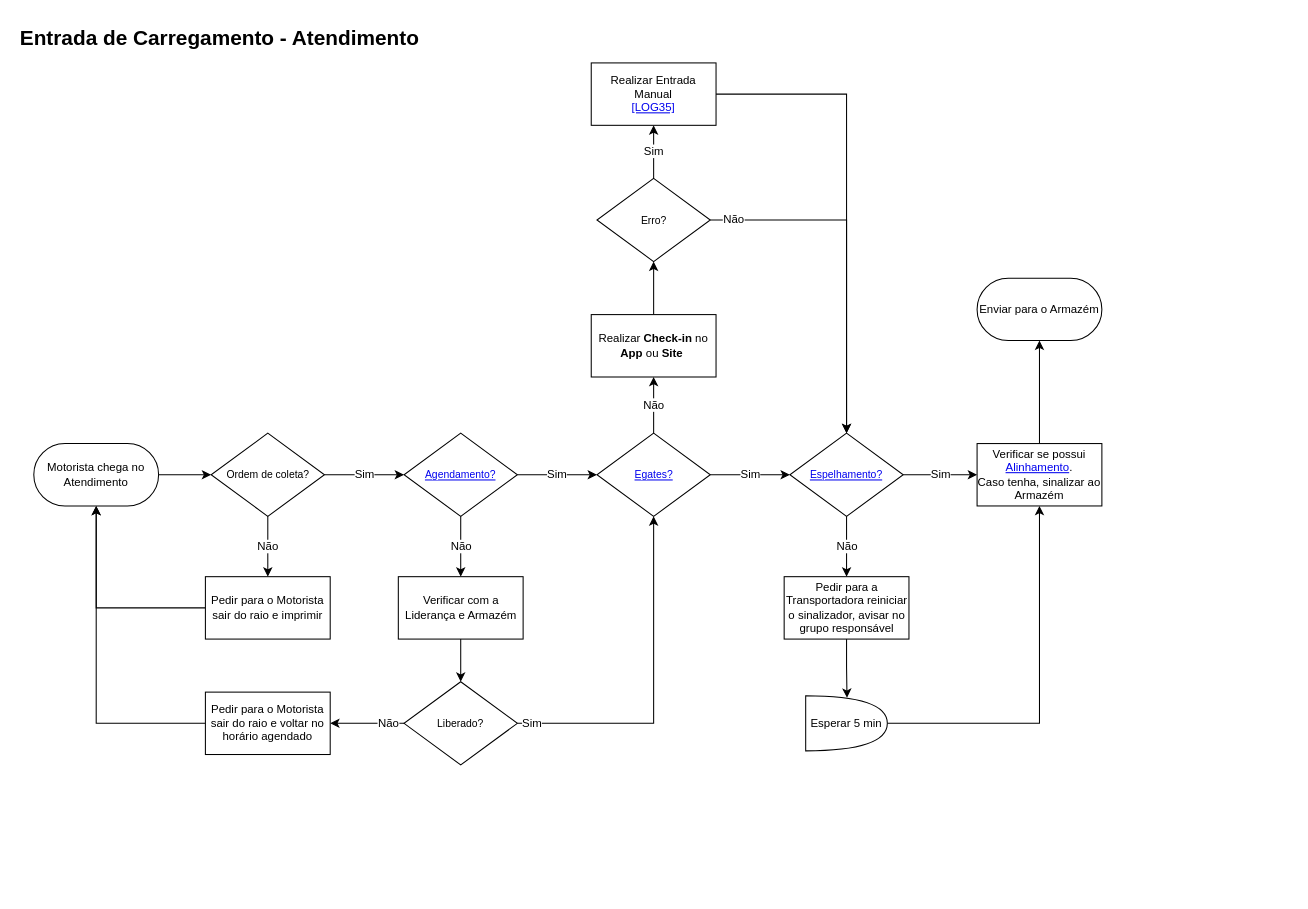
Earlier version of the draw.io diagram Carregamento.drawio (VictorAlvesMatias/fluxogramas). Source tidied: cells renumbered, new cells numbered last; positions are measured from the earlier drawing's top-left corner, leaving out a move shared by most shapes. Both pictures are drawn from the tidied source at 104%, with x=0, y=0 at pixel (18, 18).
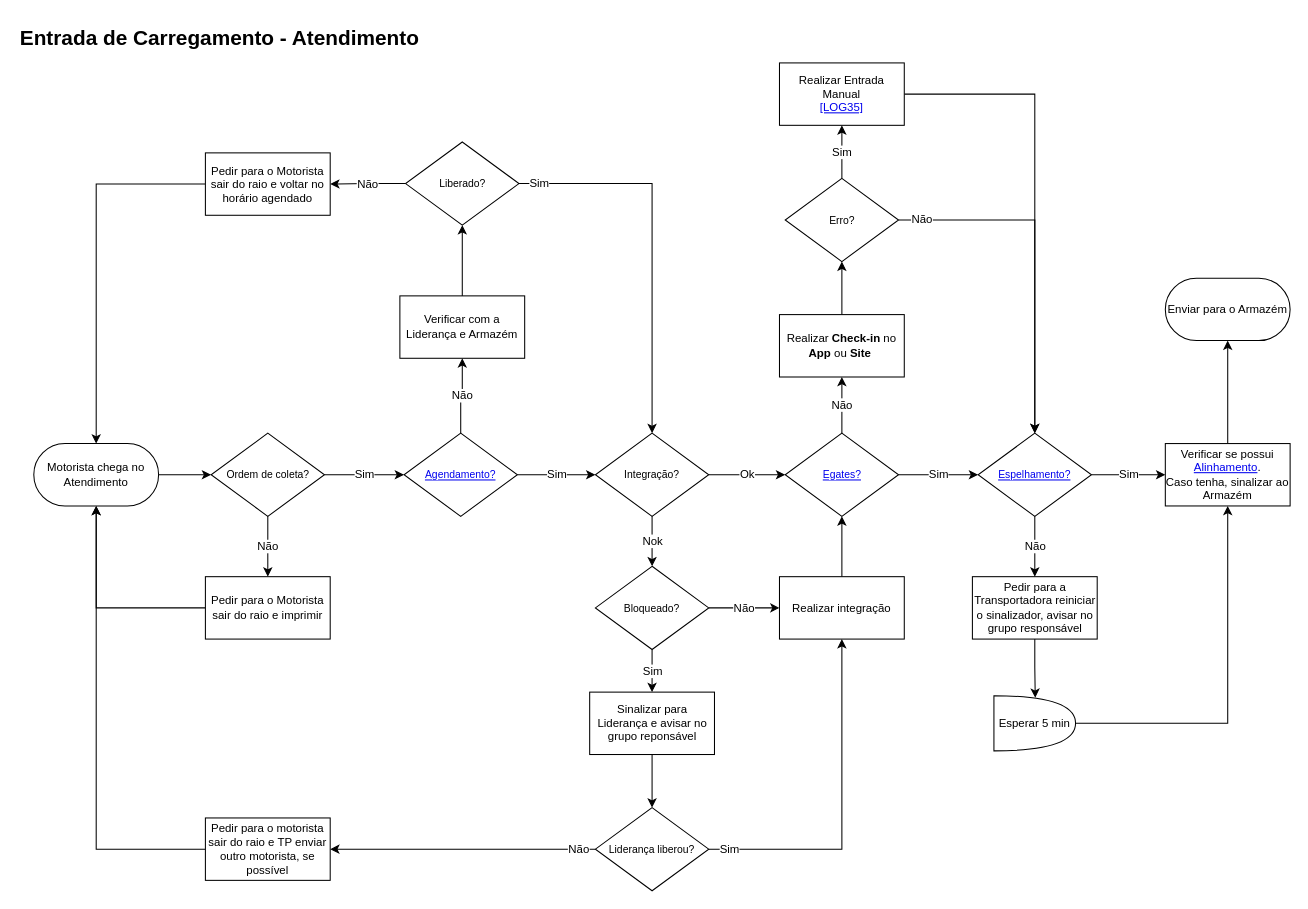
The same page after the edit.

Unchanged cells that the change refers to:
```xml
<mxCell id="5" value="Motorista chega no Atendimento" style="rounded=1;whiteSpace=wrap;html=1;arcSize=50;fontSize=11;" parent="2" vertex="1">
  <mxGeometry x="15" y="409" width="120" height="60" as="geometry" />
</mxCell>
<mxCell id="13" value="&lt;a href=&quot;https://trackandtrace.com.br/core/monitoring/schedule&quot;&gt;Agendamento?&lt;/a&gt;" style="rhombus;whiteSpace=wrap;html=1;fontSize=10;" parent="2" vertex="1">
  <mxGeometry x="371" y="399" width="109" height="80" as="geometry" />
</mxCell>
```

What changed in the source:
```diff
@@
     <mxCell id="2" style="group;strokeWidth=0;" parent="1" vertex="1">
-      <mxGeometry width="1045" height="774" as="geometry" />
+      <mxGeometry width="1045" height="813" as="geometry" />
     </mxCell>
@@
-    <mxCell id="12" value="Não" style="edgeStyle=orthogonalEdgeStyle;rounded=0;jettySize=auto;html=1;entryX=0.5;entryY=0;entryDx=0;entryDy=0;strokeColor=default;align=center;verticalAlign=middle;fontFamily=Helvetica;fontSize=11;fontColor=default;labelBackgroundColor=default;endArrow=classic;" parent="2" edge="1" source="13" target="32">
+    <mxCell id="12" value="Não" style="edgeStyle=orthogonalEdgeStyle;rounded=0;jettySize=auto;html=1;entryX=0.5;entryY=1;entryDx=0;entryDy=0;strokeColor=default;align=center;verticalAlign=middle;fontFamily=Helvetica;fontSize=11;fontColor=default;labelBackgroundColor=default;endArrow=classic;" parent="2" edge="1" source="13" target="32">
       <mxGeometry relative="1" as="geometry" />
     </mxCell>
@@
-    <mxCell id="14" value="Sim" style="edgeStyle=orthogonalEdgeStyle;rounded=0;jettySize=auto;html=1;entryX=0;entryY=0.5;entryDx=0;entryDy=0;strokeColor=#000000;exitX=1;exitY=0.5;exitDx=0;exitDy=0;" parent="2" edge="1" source="13">
-      <mxGeometry relative="1" as="geometry">
-        <mxPoint x="556.5" y="439" as="targetPoint" />
-      </mxGeometry>
+    <mxCell id="14" value="Sim" style="edgeStyle=orthogonalEdgeStyle;rounded=0;jettySize=auto;html=1;entryX=0;entryY=0.5;entryDx=0;entryDy=0;strokeColor=#000000;exitX=1;exitY=0.5;exitDx=0;exitDy=0;" parent="2" edge="1" source="13" target="47">
+      <mxGeometry relative="1" as="geometry" />
     </mxCell>
     <mxCell id="15" value="&lt;a href=&quot;https://egates.ambev.com.br/Movimentacoes/atendimentoEgates&quot;&gt;Egates?&lt;/a&gt;" style="rhombus;whiteSpace=wrap;html=1;fontSize=10;" parent="2" vertex="1">
-      <mxGeometry x="556.5" y="399" width="109" height="80" as="geometry" />
+      <mxGeometry x="737.5" y="399" width="109" height="80" as="geometry" />
     </mxCell>
@@
     <mxCell id="17" value="Realizar &lt;b&gt;Check-in&lt;/b&gt; no &lt;b&gt;App&lt;/b&gt; ou&amp;nbsp;&lt;b&gt;Site&amp;nbsp;&lt;/b&gt;" style="rounded=0;whiteSpace=wrap;html=1;fontSize=11;" parent="2" vertex="1">
-      <mxGeometry x="551" y="285" width="120" height="60" as="geometry" />
+      <mxGeometry x="732" y="285" width="120" height="60" as="geometry" />
     </mxCell>
@@
     <mxCell id="19" value="Sim" style="edgeStyle=orthogonalEdgeStyle;rounded=0;jettySize=auto;html=1;entryX=0;entryY=0.5;entryDx=0;entryDy=0;strokeColor=#000000;exitX=1;exitY=0.5;exitDx=0;exitDy=0;" parent="2" edge="1" source="15">
       <mxGeometry relative="1" as="geometry">
-        <mxPoint x="742" y="439" as="targetPoint" />
+        <mxPoint x="923" y="439" as="targetPoint" />
       </mxGeometry>
     </mxCell>
@@
     <mxCell id="21" value="&lt;a href=&quot;https://trackandtrace.com.br/core/monitoring/panel&quot;&gt;Espelhamento?&lt;/a&gt;" style="rhombus;whiteSpace=wrap;html=1;fontSize=10;" parent="2" vertex="1">
-      <mxGeometry x="742" y="399" width="109" height="80" as="geometry" />
+      <mxGeometry x="923" y="399" width="109" height="80" as="geometry" />
     </mxCell>
     <mxCell id="22" style="edgeStyle=orthogonalEdgeStyle;rounded=0;jettySize=auto;html=1;strokeColor=default;align=center;verticalAlign=middle;fontFamily=Helvetica;fontSize=11;fontColor=default;labelBackgroundColor=default;endArrow=classic;exitX=0.5;exitY=1;exitDx=0;exitDy=0;entryX=0.506;entryY=0.037;entryDx=0;entryDy=0;entryPerimeter=0;" parent="2" edge="1" source="23" target="41">
       <mxGeometry relative="1" as="geometry">
         <Array as="points">
-          <mxPoint x="796" y="624" />
-          <mxPoint x="797" y="624" />
+          <mxPoint x="977" y="624" />
+          <mxPoint x="978" y="624" />
         </Array>
       </mxGeometry>
     </mxCell>
     <mxCell id="23" value="Pedir para a Transportadora reiniciar o sinalizador, avisar no grupo responsável" style="rounded=0;whiteSpace=wrap;html=1;fontSize=11;" parent="2" vertex="1">
-      <mxGeometry x="736.5" y="537" width="120" height="60" as="geometry" />
+      <mxGeometry x="917.5" y="537" width="120" height="60" as="geometry" />
     </mxCell>
     <mxCell id="24" value="Não" style="edgeStyle=orthogonalEdgeStyle;rounded=0;jettySize=auto;html=1;entryX=0.5;entryY=0;entryDx=0;entryDy=0;strokeColor=#000000;" parent="2" edge="1" source="21" target="23">
       <mxGeometry relative="1" as="geometry">
         <Array as="points">
-          <mxPoint x="796" y="498" />
-          <mxPoint x="796" y="498" />
+          <mxPoint x="977" y="498" />
+          <mxPoint x="977" y="498" />
         </Array>
       </mxGeometry>
     </mxCell>
-    <mxCell id="25" value="Sim" style="edgeStyle=orthogonalEdgeStyle;rounded=0;jettySize=auto;html=1;" parent="2" edge="1" source="28" target="30">
-      <mxGeometry relative="1" as="geometry" />
+    <mxCell id="25" value="Sim" style="edgeStyle=orthogonalEdgeStyle;rounded=0;jettySize=auto;html=1;" parent="2" edge="1" source="28">
+      <mxGeometry relative="1" as="geometry">
+        <mxPoint x="792" y="103" as="targetPoint" />
+      </mxGeometry>
     </mxCell>
@@
     <mxCell id="28" value="Erro?" style="rhombus;whiteSpace=wrap;html=1;fontSize=10;" parent="2" vertex="1">
-      <mxGeometry x="556.5" y="154" width="109" height="80" as="geometry" />
+      <mxGeometry x="737.5" y="154" width="109" height="80" as="geometry" />
     </mxCell>
-    <mxCell id="29" style="edgeStyle=orthogonalEdgeStyle;rounded=0;jettySize=auto;html=1;entryX=0.5;entryY=0;entryDx=0;entryDy=0;" parent="2" edge="1" source="30" target="21">
+    <mxCell id="29" style="edgeStyle=orthogonalEdgeStyle;rounded=0;jettySize=auto;html=1;entryX=0.5;entryY=0;entryDx=0;entryDy=0;exitX=1;exitY=0.5;exitDx=0;exitDy=0;" parent="2" edge="1" source="30" target="21">
       <mxGeometry relative="1" as="geometry" />
     </mxCell>
     <mxCell id="30" value="Realizar Entrada Manual&lt;br&gt;&lt;a href=&quot;https://www.myworkday.com/abinbev/learning/course/d115937921451001034cfec96b960001?record=7cd7e49422c810011a0aaa4b39510000&amp;amp;type=9882927d138b100019b928e75843018d&quot;&gt;[LOG35]&lt;/a&gt;" style="rounded=0;whiteSpace=wrap;html=1;fontSize=11;" parent="2" vertex="1">
-      <mxGeometry x="551" y="43" width="120" height="60" as="geometry" />
+      <mxGeometry x="732" y="43" width="120" height="60" as="geometry" />
     </mxCell>
-    <mxCell id="31" style="edgeStyle=orthogonalEdgeStyle;rounded=0;jettySize=auto;html=1;entryX=0.5;entryY=0;entryDx=0;entryDy=0;strokeColor=default;align=center;verticalAlign=middle;fontFamily=Helvetica;fontSize=11;fontColor=default;labelBackgroundColor=default;endArrow=classic;" parent="2" edge="1" source="32" target="35">
+    <mxCell id="31" style="edgeStyle=orthogonalEdgeStyle;rounded=0;jettySize=auto;html=1;entryX=0.5;entryY=1;entryDx=0;entryDy=0;strokeColor=default;align=center;verticalAlign=middle;fontFamily=Helvetica;fontSize=11;fontColor=default;labelBackgroundColor=default;endArrow=classic;" parent="2" edge="1" source="32" target="35">
       <mxGeometry relative="1" as="geometry" />
     </mxCell>
     <mxCell id="32" value="Verificar com a Liderança e Armazém" style="rounded=0;whiteSpace=wrap;html=1;fontSize=11;" parent="2" vertex="1">
-      <mxGeometry x="365.5" y="537" width="120" height="60" as="geometry" />
+      <mxGeometry x="367" y="267" width="120" height="60" as="geometry" />
     </mxCell>
-    <mxCell id="33" style="edgeStyle=orthogonalEdgeStyle;rounded=0;jettySize=auto;html=1;entryX=0.5;entryY=1;entryDx=0;entryDy=0;strokeColor=default;align=center;verticalAlign=middle;fontFamily=Helvetica;fontSize=11;fontColor=default;labelBackgroundColor=default;endArrow=classic;exitX=1;exitY=0.5;exitDx=0;exitDy=0;" parent="2" edge="1" source="35" target="15">
+    <mxCell id="33" style="edgeStyle=orthogonalEdgeStyle;rounded=0;jettySize=auto;html=1;strokeColor=default;align=center;verticalAlign=middle;fontFamily=Helvetica;fontSize=11;fontColor=default;labelBackgroundColor=default;endArrow=classic;exitX=1;exitY=0.5;exitDx=0;exitDy=0;" parent="2" edge="1" source="35" target="47">
       <mxGeometry relative="1" as="geometry" />
     </mxCell>
-    <mxCell id="34" style="edgeStyle=orthogonalEdgeStyle;rounded=0;jettySize=auto;html=1;entryX=1;entryY=0.5;entryDx=0;entryDy=0;strokeColor=default;align=center;verticalAlign=middle;fontFamily=Helvetica;fontSize=11;fontColor=default;labelBackgroundColor=default;endArrow=classic;exitX=0;exitY=0.5;exitDx=0;exitDy=0;" parent="2" edge="1" source="35" target="38">
+    <mxCell id="34" value="Não" style="edgeStyle=orthogonalEdgeStyle;rounded=0;jettySize=auto;html=1;entryX=1;entryY=0.5;entryDx=0;entryDy=0;strokeColor=default;align=center;verticalAlign=middle;fontFamily=Helvetica;fontSize=11;fontColor=default;labelBackgroundColor=default;endArrow=classic;exitX=0;exitY=0.5;exitDx=0;exitDy=0;" parent="2" edge="1" source="35" target="38">
       <mxGeometry relative="1" as="geometry" />
     </mxCell>
     <mxCell id="35" value="Liberado?" style="rhombus;whiteSpace=wrap;html=1;fontSize=10;" parent="2" vertex="1">
-      <mxGeometry x="371" y="638" width="109" height="80" as="geometry" />
+      <mxGeometry x="372.5" y="119" width="109" height="80" as="geometry" />
     </mxCell>
     <mxCell id="36" value="Sim" style="text;html=1;align=center;verticalAlign=middle;whiteSpace=wrap;rounded=0;fontFamily=Helvetica;fontSize=11;fontColor=default;labelBackgroundColor=default;" parent="2" vertex="1">
-      <mxGeometry x="484" y="672.5" width="21" height="11" as="geometry" />
+      <mxGeometry x="491" y="153" width="21" height="11" as="geometry" />
     </mxCell>
@@
     <mxCell id="38" value="Pedir para o Motorista sair do raio e voltar no horário agendado" style="rounded=0;whiteSpace=wrap;html=1;fontSize=11;" parent="2" vertex="1">
-      <mxGeometry x="180" y="648" width="120" height="60" as="geometry" />
+      <mxGeometry x="180" y="129.5" width="120" height="60" as="geometry" />
     </mxCell>
-    <mxCell id="39" value="Não" style="text;html=1;align=center;verticalAlign=middle;whiteSpace=wrap;rounded=0;fontFamily=Helvetica;fontSize=11;fontColor=default;labelBackgroundColor=default;" parent="2" vertex="1">
-      <mxGeometry x="346" y="672.5" width="21" height="11" as="geometry" />
-    </mxCell>
@@
     <mxCell id="41" value="Esperar 5 min" style="shape=or;whiteSpace=wrap;html=1;fontFamily=Helvetica;fontSize=11;fontColor=default;labelBackgroundColor=default;" parent="2" vertex="1">
-      <mxGeometry x="757.2" y="651.5" width="78.5" height="53" as="geometry" />
+      <mxGeometry x="938.2" y="651.5" width="78.5" height="53" as="geometry" />
     </mxCell>
@@
     <mxCell id="43" value="Verificar se possui &lt;a href=&quot;https://anheuserbuschinbev-my.sharepoint.com/:x:/r/personal/99821156_ambev_com_br/_layouts/15/doc2.aspx?sourcedoc=%7Bd540b165-c951-422d-8da9-9b79c941bcb3%7D&amp;amp;action=default&quot;&gt;Alinhamento&lt;/a&gt;.&lt;br&gt;Caso tenha, sinalizar ao Armazém" style="rounded=0;whiteSpace=wrap;html=1;fontSize=11;" parent="2" vertex="1">
-      <mxGeometry x="922" y="409" width="120" height="60" as="geometry" />
+      <mxGeometry x="1103" y="409" width="120" height="60" as="geometry" />
     </mxCell>
     <mxCell id="44" value="Enviar para o Armazém" style="rounded=1;whiteSpace=wrap;html=1;arcSize=50;fontSize=11;" parent="2" vertex="1">
-      <mxGeometry x="922" y="250" width="120" height="60" as="geometry" />
+      <mxGeometry x="1103" y="250" width="120" height="60" as="geometry" />
     </mxCell>
+    <mxCell id="45" value="Ok" style="edgeStyle=orthogonalEdgeStyle;rounded=0;jettySize=auto;html=1;" parent="2" edge="1" source="47" target="15">
+      <mxGeometry relative="1" as="geometry" />
+    </mxCell>
+    <mxCell id="46" value="Nok" style="edgeStyle=orthogonalEdgeStyle;rounded=0;jettySize=auto;html=1;" parent="2" edge="1" source="47" target="50">
+      <mxGeometry relative="1" as="geometry" />
+    </mxCell>
+    <mxCell id="47" value="Integração?" style="rhombus;whiteSpace=wrap;html=1;fontSize=10;" parent="2" vertex="1">
+      <mxGeometry x="555" y="399" width="109" height="80" as="geometry" />
+    </mxCell>
+    <mxCell id="48" value="Não" style="edgeStyle=orthogonalEdgeStyle;rounded=0;jettySize=auto;html=1;" parent="2" edge="1" source="50" target="52">
+      <mxGeometry relative="1" as="geometry" />
+    </mxCell>
+    <mxCell id="49" value="Sim" style="edgeStyle=orthogonalEdgeStyle;rounded=0;jettySize=auto;html=1;" parent="2" edge="1" source="50" target="54">
+      <mxGeometry relative="1" as="geometry" />
+    </mxCell>
+    <mxCell id="50" value="Bloqueado?" style="rhombus;whiteSpace=wrap;html=1;fontSize=10;" parent="2" vertex="1">
+      <mxGeometry x="555" y="527" width="109" height="80" as="geometry" />
+    </mxCell>
+    <mxCell id="51" style="edgeStyle=orthogonalEdgeStyle;rounded=0;jettySize=auto;html=1;" parent="2" edge="1" source="52" target="15">
+      <mxGeometry relative="1" as="geometry" />
+    </mxCell>
+    <mxCell id="52" value="Realizar integração" style="rounded=0;whiteSpace=wrap;html=1;fontSize=11;" parent="2" vertex="1">
+      <mxGeometry x="732" y="537" width="120" height="60" as="geometry" />
+    </mxCell>
+    <mxCell id="53" style="edgeStyle=orthogonalEdgeStyle;rounded=0;jettySize=auto;html=1;" parent="2" edge="1" source="54" target="57">
+      <mxGeometry relative="1" as="geometry" />
+    </mxCell>
+    <mxCell id="54" value="Sinalizar para Liderança e avisar no grupo reponsável" style="rounded=0;whiteSpace=wrap;html=1;fontSize=11;" parent="2" vertex="1">
+      <mxGeometry x="549.5" y="648" width="120" height="60" as="geometry" />
+    </mxCell>
+    <mxCell id="55" style="edgeStyle=orthogonalEdgeStyle;rounded=0;jettySize=auto;html=1;exitX=1;exitY=0.5;exitDx=0;exitDy=0;" parent="2" edge="1" source="57" target="52">
+      <mxGeometry relative="1" as="geometry" />
+    </mxCell>
+    <mxCell id="56" style="edgeStyle=orthogonalEdgeStyle;rounded=0;jettySize=auto;html=1;entryX=1;entryY=0.5;entryDx=0;entryDy=0;" parent="2" edge="1" source="57" target="60">
+      <mxGeometry relative="1" as="geometry" />
+    </mxCell>
+    <mxCell id="57" value="Liderança liberou?" style="rhombus;whiteSpace=wrap;html=1;fontSize=10;" parent="2" vertex="1">
+      <mxGeometry x="555" y="759" width="109" height="80" as="geometry" />
+    </mxCell>
+    <mxCell id="58" value="Sim" style="text;html=1;align=center;verticalAlign=middle;whiteSpace=wrap;rounded=0;fontFamily=Helvetica;fontSize=11;fontColor=default;labelBackgroundColor=default;" parent="2" vertex="1">
+      <mxGeometry x="674" y="793.5" width="21" height="11" as="geometry" />
+    </mxCell>
+    <mxCell id="59" style="edgeStyle=orthogonalEdgeStyle;rounded=0;jettySize=auto;html=1;" parent="2" edge="1" source="60" target="5">
+      <mxGeometry relative="1" as="geometry" />
+    </mxCell>
+    <mxCell id="60" value="Pedir para o motorista sair do raio e TP enviar outro motorista, se possível" style="rounded=0;whiteSpace=wrap;html=1;fontSize=11;" parent="2" vertex="1">
+      <mxGeometry x="180" y="769" width="120" height="60" as="geometry" />
+    </mxCell>
+    <mxCell id="39" value="Não" style="text;html=1;align=center;verticalAlign=middle;whiteSpace=wrap;rounded=0;fontFamily=Helvetica;fontSize=11;fontColor=default;labelBackgroundColor=default;" parent="2" vertex="1">
+      <mxGeometry x="529" y="793.5" width="21" height="11" as="geometry" />
+    </mxCell>
```
